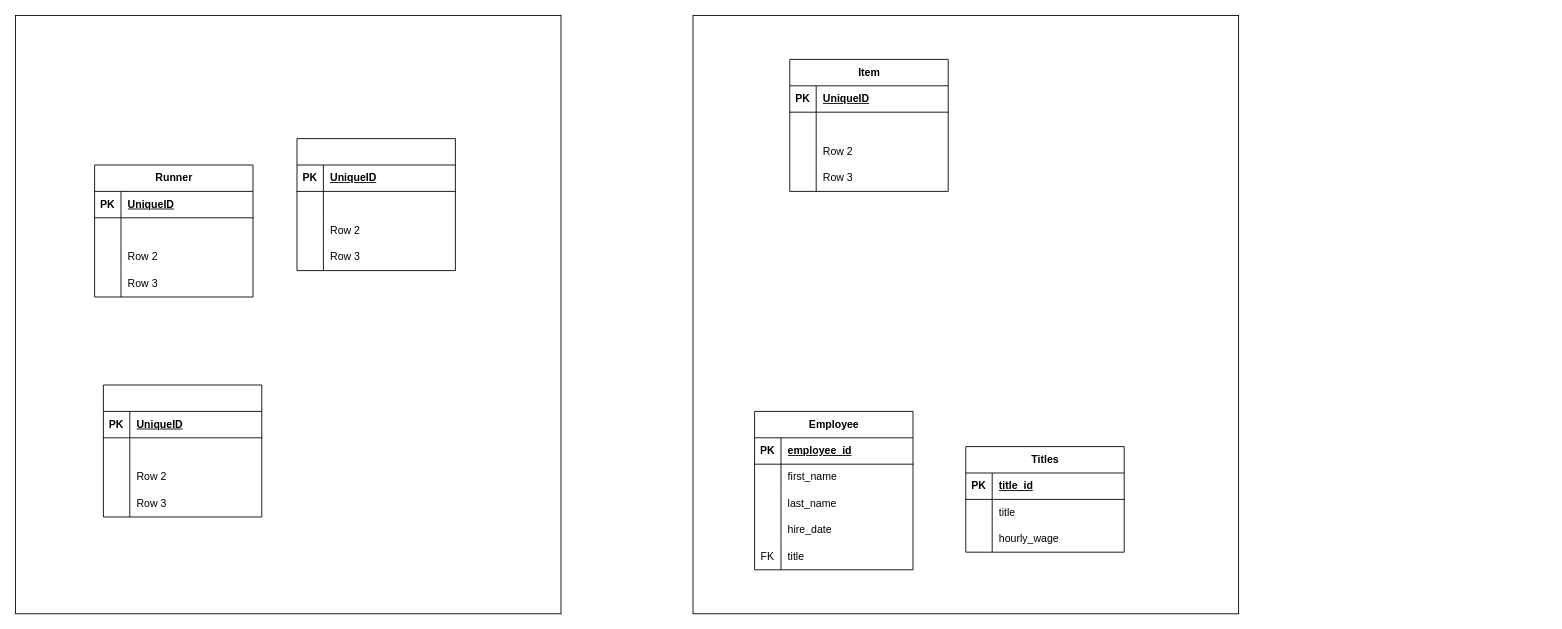
Above: SI 644 - HW 1.drawio in machupichu412/SI564_ERDs (draw.io), before the change. Source tidied: cells renumbered, new cells numbered last; positions are measured from the earlier drawing's top-left corner, leaving out a move shared by most shapes. Both pictures are drawn from the tidied source at 88%, with x=0, y=0 at pixel (15, 15).
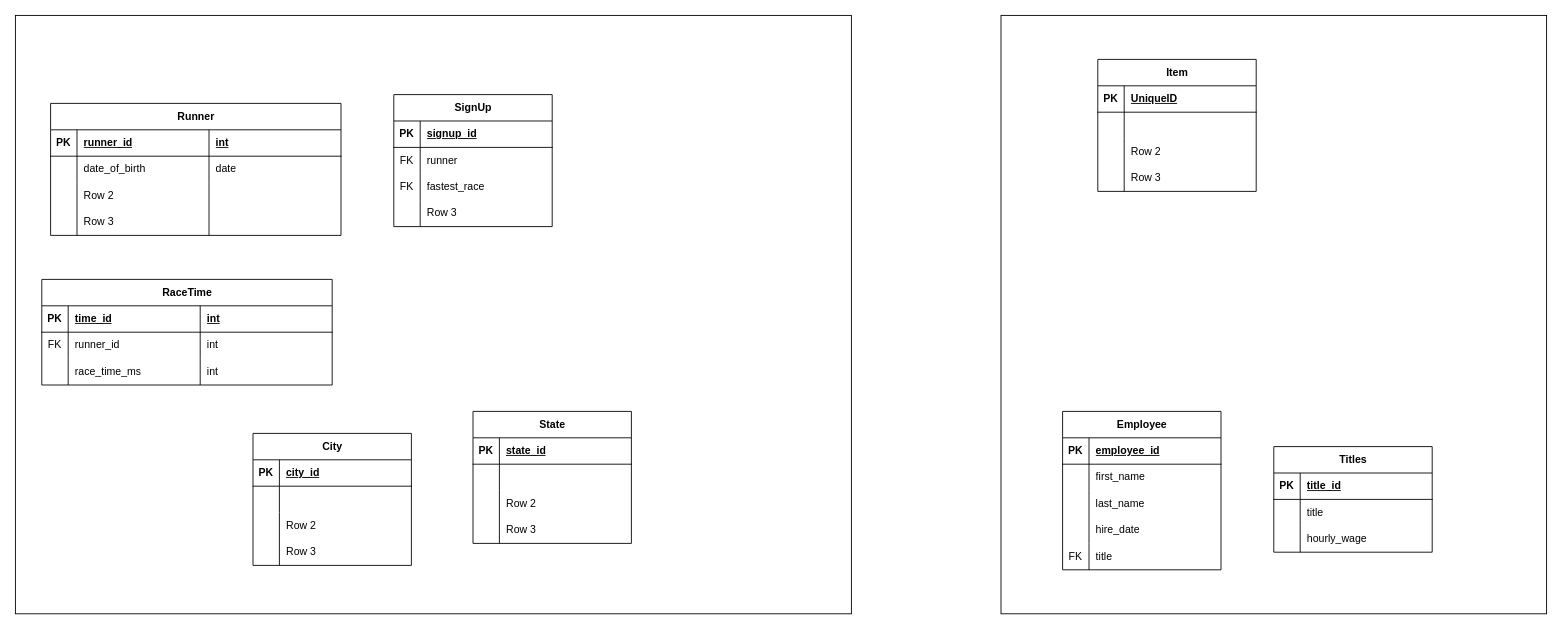
Above is the later version.

The change refers to these unchanged cells:
```xml
<mxCell id="17" style="shape=tableRow;horizontal=0;startSize=0;swimlaneHead=0;swimlaneBody=0;fillColor=none;top=0;left=0;right=0;bottom=1;" parent="16" vertex="1">
  <mxGeometry y="30" width="180" height="30" as="geometry" />
</mxCell>
<mxCell id="20" style="shape=tableRow;horizontal=0;startSize=0;swimlaneHead=0;swimlaneBody=0;fillColor=none;top=0;left=0;right=0;bottom=0;" parent="16" vertex="1">
  <mxGeometry y="60" width="180" height="30" as="geometry" />
</mxCell>
<mxCell id="23" style="shape=tableRow;horizontal=0;startSize=0;swimlaneHead=0;swimlaneBody=0;fillColor=none;top=0;left=0;right=0;bottom=0;" parent="16" vertex="1">
  <mxGeometry y="90" width="180" height="30" as="geometry" />
</mxCell>
<mxCell id="30" style="shape=tableRow;horizontal=0;startSize=0;swimlaneHead=0;swimlaneBody=0;fillColor=none;top=0;left=0;right=0;bottom=1;" parent="29" vertex="1">
  <mxGeometry y="30" width="180" height="30" as="geometry" />
</mxCell>
```

Change to the diagram source:
```diff
@@
     <mxCell id="2" style="rounded=0;whiteSpace=wrap;html=1;fillColor=none;" parent="1" vertex="1">
-      <mxGeometry width="620" height="680" as="geometry" />
+      <mxGeometry width="950" height="680" as="geometry" />
     </mxCell>
     <mxCell id="3" value="Runner" style="shape=table;startSize=30;childLayout=tableLayout;rowLines=0;fontStyle=1;align=center;html=1;" parent="1" vertex="1">
-      <mxGeometry x="90" y="170" width="180" height="150" as="geometry" />
+      <mxGeometry x="40" y="100" width="330" height="150" as="geometry" />
     </mxCell>
     <mxCell id="4" style="shape=tableRow;horizontal=0;startSize=0;swimlaneHead=0;swimlaneBody=0;fillColor=none;top=0;left=0;right=0;bottom=1;" parent="3" vertex="1">
-      <mxGeometry y="30" width="180" height="30" as="geometry" />
+      <mxGeometry y="30" width="330" height="30" as="geometry" />
     </mxCell>
@@
-    <mxCell id="6" value="UniqueID" style="shape=partialRectangle;fillColor=none;top=0;left=0;bottom=0;right=0;align=left;spacingLeft=6;fontStyle=5;overflow=hidden;whiteSpace=wrap;html=1;" parent="4" vertex="1">
+    <mxCell id="6" value="runner_id" style="shape=partialRectangle;fillColor=none;top=0;left=0;bottom=0;right=0;align=left;spacingLeft=6;fontStyle=5;overflow=hidden;whiteSpace=wrap;html=1;" parent="4" vertex="1">
       <mxGeometry x="30" width="150" height="30" as="geometry" />
     </mxCell>
+    <mxCell id="82" value="int" style="shape=partialRectangle;fillColor=none;top=0;left=0;bottom=0;right=0;align=left;spacingLeft=6;fontStyle=5;overflow=hidden;whiteSpace=wrap;html=1;" parent="4" vertex="1">
+      <mxGeometry x="180" width="150" height="30" as="geometry" />
+    </mxCell>
     <mxCell id="7" style="shape=tableRow;horizontal=0;startSize=0;swimlaneHead=0;swimlaneBody=0;fillColor=none;top=0;left=0;right=0;bottom=0;" parent="3" vertex="1">
-      <mxGeometry y="60" width="180" height="30" as="geometry" />
+      <mxGeometry y="60" width="330" height="30" as="geometry" />
     </mxCell>
@@
-    <mxCell id="9" style="shape=partialRectangle;fillColor=none;top=0;left=0;bottom=0;right=0;align=left;spacingLeft=6;overflow=hidden;whiteSpace=wrap;html=1;" parent="7" vertex="1">
+    <mxCell id="9" value="date_of_birth" style="shape=partialRectangle;fillColor=none;top=0;left=0;bottom=0;right=0;align=left;spacingLeft=6;overflow=hidden;whiteSpace=wrap;html=1;" parent="7" vertex="1">
       <mxGeometry x="30" width="150" height="30" as="geometry" />
     </mxCell>
+    <mxCell id="83" value="date" style="shape=partialRectangle;fillColor=none;top=0;left=0;bottom=0;right=0;align=left;spacingLeft=6;overflow=hidden;whiteSpace=wrap;html=1;" parent="7" vertex="1">
+      <mxGeometry x="180" width="150" height="30" as="geometry" />
+    </mxCell>
     <mxCell id="10" style="shape=tableRow;horizontal=0;startSize=0;swimlaneHead=0;swimlaneBody=0;fillColor=none;top=0;left=0;right=0;bottom=0;" parent="3" vertex="1">
-      <mxGeometry y="90" width="180" height="30" as="geometry" />
+      <mxGeometry y="90" width="330" height="30" as="geometry" />
     </mxCell>
@@
+    <mxCell id="84" style="shape=partialRectangle;fillColor=none;top=0;left=0;bottom=0;right=0;align=left;spacingLeft=6;overflow=hidden;whiteSpace=wrap;html=1;" parent="10" vertex="1">
+      <mxGeometry x="180" width="150" height="30" as="geometry" />
+    </mxCell>
     <mxCell id="13" style="shape=tableRow;horizontal=0;startSize=0;swimlaneHead=0;swimlaneBody=0;fillColor=none;top=0;left=0;right=0;bottom=0;" parent="3" vertex="1">
-      <mxGeometry y="120" width="180" height="30" as="geometry" />
+      <mxGeometry y="120" width="330" height="30" as="geometry" />
     </mxCell>
@@
+    <mxCell id="85" style="shape=partialRectangle;fillColor=none;top=0;left=0;bottom=0;right=0;align=left;spacingLeft=6;overflow=hidden;whiteSpace=wrap;html=1;" parent="13" vertex="1">
+      <mxGeometry x="180" width="150" height="30" as="geometry" />
+    </mxCell>
-    <mxCell id="16" style="shape=table;startSize=30;childLayout=tableLayout;rowLines=0;fontStyle=1;align=center;html=1;" parent="1" vertex="1">
-      <mxGeometry x="320" y="140" width="180" height="150" as="geometry" />
+    <mxCell id="16" value="SignUp" style="shape=table;startSize=30;childLayout=tableLayout;rowLines=0;fontStyle=1;align=center;html=1;" parent="1" vertex="1">
+      <mxGeometry x="430" y="90" width="180" height="150" as="geometry" />
     </mxCell>
@@
-    <mxCell id="19" value="UniqueID" style="shape=partialRectangle;fillColor=none;top=0;left=0;bottom=0;right=0;align=left;spacingLeft=6;fontStyle=5;overflow=hidden;whiteSpace=wrap;html=1;" parent="17" vertex="1">
+    <mxCell id="19" value="signup_id" style="shape=partialRectangle;fillColor=none;top=0;left=0;bottom=0;right=0;align=left;spacingLeft=6;fontStyle=5;overflow=hidden;whiteSpace=wrap;html=1;" parent="17" vertex="1">
       <mxGeometry x="30" width="150" height="30" as="geometry" />
     </mxCell>
@@
-    <mxCell id="21" style="shape=partialRectangle;fillColor=none;top=0;left=0;bottom=0;right=0;overflow=hidden;whiteSpace=wrap;html=1;" parent="20" vertex="1">
+    <mxCell id="21" value="FK" style="shape=partialRectangle;fillColor=none;top=0;left=0;bottom=0;right=0;overflow=hidden;whiteSpace=wrap;html=1;" parent="20" vertex="1">
       <mxGeometry width="30" height="30" as="geometry" />
     </mxCell>
-    <mxCell id="22" style="shape=partialRectangle;fillColor=none;top=0;left=0;bottom=0;right=0;align=left;spacingLeft=6;overflow=hidden;whiteSpace=wrap;html=1;" parent="20" vertex="1">
+    <mxCell id="22" value="runner" style="shape=partialRectangle;fillColor=none;top=0;left=0;bottom=0;right=0;align=left;spacingLeft=6;overflow=hidden;whiteSpace=wrap;html=1;" parent="20" vertex="1">
       <mxGeometry x="30" width="150" height="30" as="geometry" />
     </mxCell>
@@
-    <mxCell id="24" style="shape=partialRectangle;fillColor=none;top=0;left=0;bottom=0;right=0;overflow=hidden;whiteSpace=wrap;html=1;" parent="23" vertex="1">
+    <mxCell id="24" value="FK" style="shape=partialRectangle;fillColor=none;top=0;left=0;bottom=0;right=0;overflow=hidden;whiteSpace=wrap;html=1;" parent="23" vertex="1">
       <mxGeometry width="30" height="30" as="geometry" />
     </mxCell>
-    <mxCell id="25" value="Row 2" style="shape=partialRectangle;fillColor=none;top=0;left=0;bottom=0;right=0;align=left;spacingLeft=6;overflow=hidden;whiteSpace=wrap;html=1;" parent="23" vertex="1">
+    <mxCell id="25" value="fastest_race" style="shape=partialRectangle;fillColor=none;top=0;left=0;bottom=0;right=0;align=left;spacingLeft=6;overflow=hidden;whiteSpace=wrap;html=1;" parent="23" vertex="1">
       <mxGeometry x="30" width="150" height="30" as="geometry" />
     </mxCell>
@@
-    <mxCell id="29" style="shape=table;startSize=30;childLayout=tableLayout;rowLines=0;fontStyle=1;align=center;html=1;" parent="1" vertex="1">
-      <mxGeometry x="100" y="420" width="180" height="150" as="geometry" />
+    <mxCell id="29" value="City" style="shape=table;startSize=30;childLayout=tableLayout;rowLines=0;fontStyle=1;align=center;html=1;" parent="1" vertex="1">
+      <mxGeometry x="270" y="475" width="180" height="150" as="geometry" />
     </mxCell>
@@
-    <mxCell id="32" value="UniqueID" style="shape=partialRectangle;fillColor=none;top=0;left=0;bottom=0;right=0;align=left;spacingLeft=6;fontStyle=5;overflow=hidden;whiteSpace=wrap;html=1;" parent="30" vertex="1">
+    <mxCell id="32" value="city_id" style="shape=partialRectangle;fillColor=none;top=0;left=0;bottom=0;right=0;align=left;spacingLeft=6;fontStyle=5;overflow=hidden;whiteSpace=wrap;html=1;" parent="30" vertex="1">
       <mxGeometry x="30" width="150" height="30" as="geometry" />
     </mxCell>
@@
     <mxCell id="42" style="rounded=0;whiteSpace=wrap;html=1;fillColor=none;" parent="1" vertex="1">
-      <mxGeometry x="770" width="620" height="680" as="geometry" />
+      <mxGeometry x="1120" width="620" height="680" as="geometry" />
     </mxCell>
     <mxCell id="43" value="Item" style="shape=table;startSize=30;childLayout=tableLayout;rowLines=0;fontStyle=1;align=center;html=1;" parent="1" vertex="1">
-      <mxGeometry x="880" y="50" width="180" height="150" as="geometry" />
+      <mxGeometry x="1230" y="50" width="180" height="150" as="geometry" />
     </mxCell>
@@
     <mxCell id="56" value="Employee" style="shape=table;startSize=30;childLayout=tableLayout;rowLines=0;fontStyle=1;align=center;html=1;" parent="1" vertex="1">
-      <mxGeometry x="840" y="450" width="180" height="180" as="geometry" />
+      <mxGeometry x="1190" y="450" width="180" height="180" as="geometry" />
     </mxCell>
@@
     <mxCell id="72" value="Titles" style="shape=table;startSize=30;childLayout=tableLayout;rowLines=0;fontStyle=1;align=center;html=1;" parent="1" vertex="1">
-      <mxGeometry x="1080" y="490" width="180" height="120" as="geometry" />
+      <mxGeometry x="1430" y="490" width="180" height="120" as="geometry" />
     </mxCell>
@@
+    <mxCell id="86" value="RaceTime" style="shape=table;startSize=30;childLayout=tableLayout;rowLines=0;fontStyle=1;align=center;html=1;" parent="1" vertex="1">
+      <mxGeometry x="30" y="300" width="330" height="120" as="geometry" />
+    </mxCell>
+    <mxCell id="87" style="shape=tableRow;horizontal=0;startSize=0;swimlaneHead=0;swimlaneBody=0;fillColor=none;top=0;left=0;right=0;bottom=1;" parent="86" vertex="1">
+      <mxGeometry y="30" width="330" height="30" as="geometry" />
+    </mxCell>
+    <mxCell id="88" value="PK" style="shape=partialRectangle;fillColor=none;top=0;left=0;bottom=0;right=0;fontStyle=1;overflow=hidden;whiteSpace=wrap;html=1;" parent="87" vertex="1">
+      <mxGeometry width="30" height="30" as="geometry" />
+    </mxCell>
+    <mxCell id="89" value="time_id" style="shape=partialRectangle;fillColor=none;top=0;left=0;bottom=0;right=0;align=left;spacingLeft=6;fontStyle=5;overflow=hidden;whiteSpace=wrap;html=1;" parent="87" vertex="1">
+      <mxGeometry x="30" width="150" height="30" as="geometry" />
+    </mxCell>
+    <mxCell id="90" value="int" style="shape=partialRectangle;fillColor=none;top=0;left=0;bottom=0;right=0;align=left;spacingLeft=6;fontStyle=5;overflow=hidden;whiteSpace=wrap;html=1;" parent="87" vertex="1">
+      <mxGeometry x="180" width="150" height="30" as="geometry" />
+    </mxCell>
+    <mxCell id="91" style="shape=tableRow;horizontal=0;startSize=0;swimlaneHead=0;swimlaneBody=0;fillColor=none;top=0;left=0;right=0;bottom=0;" parent="86" vertex="1">
+      <mxGeometry y="60" width="330" height="30" as="geometry" />
+    </mxCell>
+    <mxCell id="92" value="FK" style="shape=partialRectangle;fillColor=none;top=0;left=0;bottom=0;right=0;overflow=hidden;whiteSpace=wrap;html=1;" parent="91" vertex="1">
+      <mxGeometry width="30" height="30" as="geometry" />
+    </mxCell>
+    <mxCell id="93" value="runner_id" style="shape=partialRectangle;fillColor=none;top=0;left=0;bottom=0;right=0;align=left;spacingLeft=6;overflow=hidden;whiteSpace=wrap;html=1;" parent="91" vertex="1">
+      <mxGeometry x="30" width="150" height="30" as="geometry" />
+    </mxCell>
+    <mxCell id="94" value="int" style="shape=partialRectangle;fillColor=none;top=0;left=0;bottom=0;right=0;align=left;spacingLeft=6;overflow=hidden;whiteSpace=wrap;html=1;" parent="91" vertex="1">
+      <mxGeometry x="180" width="150" height="30" as="geometry" />
+    </mxCell>
+    <mxCell id="95" style="shape=tableRow;horizontal=0;startSize=0;swimlaneHead=0;swimlaneBody=0;fillColor=none;top=0;left=0;right=0;bottom=0;" parent="86" vertex="1">
+      <mxGeometry y="90" width="330" height="30" as="geometry" />
+    </mxCell>
+    <mxCell id="96" style="shape=partialRectangle;fillColor=none;top=0;left=0;bottom=0;right=0;overflow=hidden;whiteSpace=wrap;html=1;" parent="95" vertex="1">
+      <mxGeometry width="30" height="30" as="geometry" />
+    </mxCell>
+    <mxCell id="97" value="race_time_ms" style="shape=partialRectangle;fillColor=none;top=0;left=0;bottom=0;right=0;align=left;spacingLeft=6;overflow=hidden;whiteSpace=wrap;html=1;" parent="95" vertex="1">
+      <mxGeometry x="30" width="150" height="30" as="geometry" />
+    </mxCell>
+    <mxCell id="98" value="int" style="shape=partialRectangle;fillColor=none;top=0;left=0;bottom=0;right=0;align=left;spacingLeft=6;overflow=hidden;whiteSpace=wrap;html=1;" parent="95" vertex="1">
+      <mxGeometry x="180" width="150" height="30" as="geometry" />
+    </mxCell>
+    <mxCell id="99" value="State" style="shape=table;startSize=30;childLayout=tableLayout;rowLines=0;fontStyle=1;align=center;html=1;" parent="1" vertex="1">
+      <mxGeometry x="520" y="450" width="180" height="150" as="geometry" />
+    </mxCell>
+    <mxCell id="100" style="shape=tableRow;horizontal=0;startSize=0;swimlaneHead=0;swimlaneBody=0;fillColor=none;top=0;left=0;right=0;bottom=1;" parent="99" vertex="1">
+      <mxGeometry y="30" width="180" height="30" as="geometry" />
+    </mxCell>
+    <mxCell id="101" value="PK" style="shape=partialRectangle;fillColor=none;top=0;left=0;bottom=0;right=0;fontStyle=1;overflow=hidden;whiteSpace=wrap;html=1;" parent="100" vertex="1">
+      <mxGeometry width="30" height="30" as="geometry" />
+    </mxCell>
+    <mxCell id="102" value="state_id" style="shape=partialRectangle;fillColor=none;top=0;left=0;bottom=0;right=0;align=left;spacingLeft=6;fontStyle=5;overflow=hidden;whiteSpace=wrap;html=1;" parent="100" vertex="1">
+      <mxGeometry x="30" width="150" height="30" as="geometry" />
+    </mxCell>
+    <mxCell id="103" style="shape=tableRow;horizontal=0;startSize=0;swimlaneHead=0;swimlaneBody=0;fillColor=none;top=0;left=0;right=0;bottom=0;" parent="99" vertex="1">
+      <mxGeometry y="60" width="180" height="30" as="geometry" />
+    </mxCell>
+    <mxCell id="104" style="shape=partialRectangle;fillColor=none;top=0;left=0;bottom=0;right=0;overflow=hidden;whiteSpace=wrap;html=1;" parent="103" vertex="1">
+      <mxGeometry width="30" height="30" as="geometry" />
+    </mxCell>
+    <mxCell id="105" style="shape=partialRectangle;fillColor=none;top=0;left=0;bottom=0;right=0;align=left;spacingLeft=6;overflow=hidden;whiteSpace=wrap;html=1;" parent="103" vertex="1">
+      <mxGeometry x="30" width="150" height="30" as="geometry" />
+    </mxCell>
+    <mxCell id="106" style="shape=tableRow;horizontal=0;startSize=0;swimlaneHead=0;swimlaneBody=0;fillColor=none;top=0;left=0;right=0;bottom=0;" parent="99" vertex="1">
+      <mxGeometry y="90" width="180" height="30" as="geometry" />
+    </mxCell>
+    <mxCell id="107" style="shape=partialRectangle;fillColor=none;top=0;left=0;bottom=0;right=0;overflow=hidden;whiteSpace=wrap;html=1;" parent="106" vertex="1">
+      <mxGeometry width="30" height="30" as="geometry" />
+    </mxCell>
+    <mxCell id="108" value="Row 2" style="shape=partialRectangle;fillColor=none;top=0;left=0;bottom=0;right=0;align=left;spacingLeft=6;overflow=hidden;whiteSpace=wrap;html=1;" parent="106" vertex="1">
+      <mxGeometry x="30" width="150" height="30" as="geometry" />
+    </mxCell>
+    <mxCell id="109" style="shape=tableRow;horizontal=0;startSize=0;swimlaneHead=0;swimlaneBody=0;fillColor=none;top=0;left=0;right=0;bottom=0;" parent="99" vertex="1">
+      <mxGeometry y="120" width="180" height="30" as="geometry" />
+    </mxCell>
+    <mxCell id="110" style="shape=partialRectangle;fillColor=none;top=0;left=0;bottom=0;right=0;overflow=hidden;whiteSpace=wrap;html=1;" parent="109" vertex="1">
+      <mxGeometry width="30" height="30" as="geometry" />
+    </mxCell>
+    <mxCell id="111" value="Row 3" style="shape=partialRectangle;fillColor=none;top=0;left=0;bottom=0;right=0;align=left;spacingLeft=6;overflow=hidden;whiteSpace=wrap;html=1;" parent="109" vertex="1">
+      <mxGeometry x="30" width="150" height="30" as="geometry" />
+    </mxCell>
```
